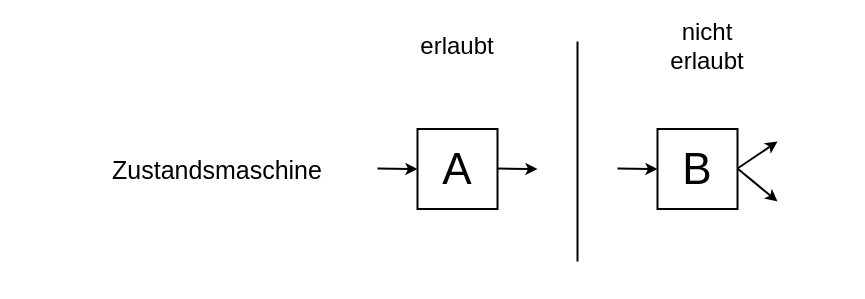
The draw.io diagram NetzklassenErlaubtNichtErlaubt.drawio in Marakil/BA_Bilder, before the edit. Source tidied: cells renumbered, new cells numbered last; positions are measured from the earlier drawing's top-left corner, leaving out a move shared by most shapes. Both pictures are drawn from the tidied source at 100%, with x=0, y=0 at pixel (117, 31).
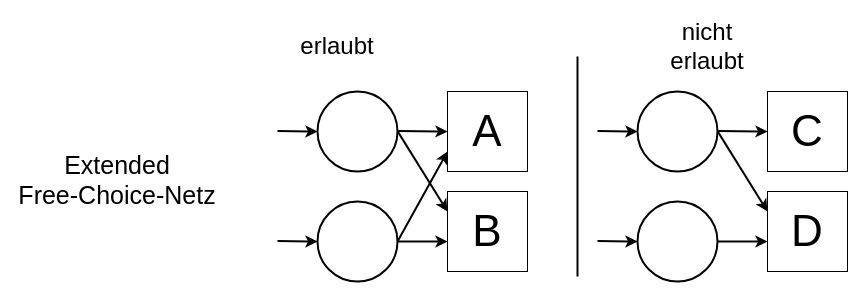
After the change.

What changed in the source:
```diff
@@
-    <mxCell id="2" value="Zustandsmaschine" style="text;html=1;strokeColor=none;fillColor=none;align=center;verticalAlign=middle;whiteSpace=wrap;rounded=0;fontSize=25;" parent="1" vertex="1">
-      <mxGeometry y="110" width="200" height="55" as="geometry" />
+    <mxCell id="2" value="Extended&lt;br&gt;&lt;div&gt;Free-Choice-Netz&lt;/div&gt;" style="text;html=1;strokeColor=none;fillColor=none;align=center;verticalAlign=middle;whiteSpace=wrap;rounded=0;fontSize=25;" parent="1" vertex="1">
+      <mxGeometry x="-100" y="120" width="200" height="55" as="geometry" />
     </mxCell>
     <mxCell id="3" style="endArrow=classic;html=1;rounded=0;curved=1;exitX=1;exitY=0.5;exitDx=0;exitDy=0;strokeWidth=2;" parent="1" edge="1">
       <mxGeometry relative="1" as="geometry">
-        <mxPoint x="500" y="137.1" as="sourcePoint" />
-        <mxPoint x="540" y="137.6" as="targetPoint" />
+        <mxPoint x="480" y="99.6" as="sourcePoint" />
+        <mxPoint x="520" y="100.1" as="targetPoint" />
       </mxGeometry>
     </mxCell>
     <mxCell id="4" style="endArrow=none;html=1;rounded=0;strokeWidth=2;" parent="1" edge="1">
       <mxGeometry relative="1" as="geometry">
-        <mxPoint x="460" y="230" as="sourcePoint" />
-        <mxPoint x="460" y="10" as="targetPoint" />
+        <mxPoint x="460" y="245" as="sourcePoint" />
+        <mxPoint x="460" y="25" as="targetPoint" />
       </mxGeometry>
     </mxCell>
@@
     <mxCell id="6" value="erlaubt" style="text;html=1;strokeColor=none;fillColor=none;align=center;verticalAlign=middle;whiteSpace=wrap;rounded=0;fontSize=24;strokeWidth=2;" parent="1" vertex="1">
-      <mxGeometry x="310" width="60" height="30" as="geometry" />
+      <mxGeometry x="190" width="60" height="30" as="geometry" />
     </mxCell>
+    <mxCell id="8" style="endArrow=classic;html=1;rounded=0;curved=1;exitX=1;exitY=0.5;exitDx=0;exitDy=0;strokeWidth=2;entryX=0;entryY=0.5;entryDx=0;entryDy=0;" parent="1" edge="1" target="14">
+      <mxGeometry relative="1" as="geometry">
+        <mxPoint x="600" y="99.5" as="sourcePoint" />
+      </mxGeometry>
+    </mxCell>
+    <mxCell id="10" style="endArrow=classic;html=1;rounded=0;curved=1;exitX=1;exitY=0.5;exitDx=0;exitDy=0;strokeWidth=2;entryX=0;entryY=0.25;entryDx=0;entryDy=0;" parent="1" edge="1" target="15">
+      <mxGeometry relative="1" as="geometry">
+        <mxPoint x="600" y="99.6" as="sourcePoint" />
+      </mxGeometry>
+    </mxCell>
+    <mxCell id="13" style="ellipse;whiteSpace=wrap;html=1;strokeWidth=2;" parent="1" vertex="1">
+      <mxGeometry x="520" y="60" width="80" height="80" as="geometry" />
+    </mxCell>
+    <mxCell id="14" value="C" style="rounded=0;whiteSpace=wrap;html=1;fontSize=44;fontStyle=0;" parent="1" vertex="1">
+      <mxGeometry x="650" y="60" width="80" height="80" as="geometry" />
+    </mxCell>
+    <mxCell id="15" value="D" style="rounded=0;whiteSpace=wrap;html=1;fontSize=44;" parent="1" vertex="1">
+      <mxGeometry x="650" y="160" width="80" height="80" as="geometry" />
+    </mxCell>
+    <mxCell id="16" style="ellipse;whiteSpace=wrap;html=1;strokeWidth=2;" parent="1" vertex="1">
+      <mxGeometry x="520" y="170" width="80" height="80" as="geometry" />
+    </mxCell>
+    <mxCell id="17" style="endArrow=classic;html=1;rounded=0;curved=1;exitX=1;exitY=0.5;exitDx=0;exitDy=0;strokeWidth=2;" parent="1" edge="1" source="16">
+      <mxGeometry relative="1" as="geometry">
+        <mxPoint x="650" y="210.1" as="targetPoint" />
+      </mxGeometry>
+    </mxCell>
+    <mxCell id="18" style="endArrow=classic;html=1;rounded=0;curved=1;exitX=1;exitY=0.5;exitDx=0;exitDy=0;strokeWidth=2;" parent="1" edge="1">
+      <mxGeometry relative="1" as="geometry">
+        <mxPoint x="480" y="209.6" as="sourcePoint" />
+        <mxPoint x="520" y="210.1" as="targetPoint" />
+      </mxGeometry>
+    </mxCell>
+    <mxCell id="19" style="endArrow=classic;html=1;rounded=0;curved=1;exitX=1;exitY=0.5;exitDx=0;exitDy=0;strokeWidth=2;" parent="1" edge="1">
+      <mxGeometry relative="1" as="geometry">
+        <mxPoint x="160" y="99.6" as="sourcePoint" />
+        <mxPoint x="200" y="100.1" as="targetPoint" />
+      </mxGeometry>
+    </mxCell>
+    <mxCell id="20" style="endArrow=classic;html=1;rounded=0;curved=1;exitX=1;exitY=0.5;exitDx=0;exitDy=0;strokeWidth=2;entryX=0;entryY=0.5;entryDx=0;entryDy=0;" parent="1" edge="1" target="7">
+      <mxGeometry relative="1" as="geometry">
+        <mxPoint x="280" y="99.5" as="sourcePoint" />
+      </mxGeometry>
+    </mxCell>
+    <mxCell id="21" style="endArrow=classic;html=1;rounded=0;curved=1;exitX=1;exitY=0.5;exitDx=0;exitDy=0;strokeWidth=2;entryX=0;entryY=0.25;entryDx=0;entryDy=0;" parent="1" edge="1" target="9">
+      <mxGeometry relative="1" as="geometry">
+        <mxPoint x="280" y="99.6" as="sourcePoint" />
+      </mxGeometry>
+    </mxCell>
+    <mxCell id="22" style="ellipse;whiteSpace=wrap;html=1;strokeWidth=2;" parent="1" vertex="1">
+      <mxGeometry x="200" y="60" width="80" height="80" as="geometry" />
+    </mxCell>
-    <mxCell id="7" value="A" style="rounded=0;whiteSpace=wrap;html=1;fontSize=44;strokeWidth=2;" parent="1" vertex="1">
-      <mxGeometry x="300" y="97.5" width="80" height="80" as="geometry" />
+    <mxCell id="7" value="A" style="rounded=0;whiteSpace=wrap;html=1;fontSize=44;fontStyle=0;" parent="1" vertex="1">
+      <mxGeometry x="330" y="60" width="80" height="80" as="geometry" />
     </mxCell>
-    <mxCell id="8" style="endArrow=classic;html=1;rounded=0;curved=1;exitX=1;exitY=0.5;exitDx=0;exitDy=0;strokeWidth=2;" parent="1" edge="1">
-      <mxGeometry relative="1" as="geometry">
-        <mxPoint x="620" y="137" as="sourcePoint" />
-        <mxPoint x="660" y="110" as="targetPoint" />
-      </mxGeometry>
-    </mxCell>
-    <mxCell id="9" value="B" style="rounded=0;whiteSpace=wrap;html=1;fontSize=44;strokeWidth=2;" parent="1" vertex="1">
-      <mxGeometry x="540" y="97.5" width="80" height="80" as="geometry" />
+    <mxCell id="9" value="B" style="rounded=0;whiteSpace=wrap;html=1;fontSize=44;" parent="1" vertex="1">
+      <mxGeometry x="330" y="160" width="80" height="80" as="geometry" />
     </mxCell>
-    <mxCell id="10" style="endArrow=classic;html=1;rounded=0;curved=1;exitX=1;exitY=0.5;exitDx=0;exitDy=0;strokeWidth=2;" parent="1" edge="1">
-      <mxGeometry relative="1" as="geometry">
-        <mxPoint x="620" y="137.1" as="sourcePoint" />
-        <mxPoint x="660" y="170" as="targetPoint" />
-      </mxGeometry>
-    </mxCell>
-    <mxCell id="11" style="endArrow=classic;html=1;rounded=0;curved=1;exitX=1;exitY=0.5;exitDx=0;exitDy=0;strokeWidth=2;" parent="1" edge="1">
-      <mxGeometry relative="1" as="geometry">
-        <mxPoint x="380" y="137.1" as="sourcePoint" />
-        <mxPoint x="420" y="137.6" as="targetPoint" />
-      </mxGeometry>
-    </mxCell>
-    <mxCell id="12" style="endArrow=classic;html=1;rounded=0;curved=1;exitX=1;exitY=0.5;exitDx=0;exitDy=0;strokeWidth=2;" parent="1" edge="1">
-      <mxGeometry relative="1" as="geometry">
-        <mxPoint x="260" y="137.1" as="sourcePoint" />
-        <mxPoint x="300" y="137.6" as="targetPoint" />
-      </mxGeometry>
-    </mxCell>
+    <mxCell id="23" style="ellipse;whiteSpace=wrap;html=1;strokeWidth=2;" parent="1" vertex="1">
+      <mxGeometry x="200" y="170" width="80" height="80" as="geometry" />
+    </mxCell>
+    <mxCell id="24" style="endArrow=classic;html=1;rounded=0;curved=1;exitX=1;exitY=0.5;exitDx=0;exitDy=0;strokeWidth=2;" parent="1" edge="1" source="23">
+      <mxGeometry relative="1" as="geometry">
+        <mxPoint x="330" y="210.1" as="targetPoint" />
+      </mxGeometry>
+    </mxCell>
+    <mxCell id="25" style="endArrow=classic;html=1;rounded=0;curved=1;exitX=1;exitY=0.5;exitDx=0;exitDy=0;strokeWidth=2;" parent="1" edge="1">
+      <mxGeometry relative="1" as="geometry">
+        <mxPoint x="160" y="209.6" as="sourcePoint" />
+        <mxPoint x="200" y="210.1" as="targetPoint" />
+      </mxGeometry>
+    </mxCell>
+    <mxCell id="26" style="endArrow=classic;html=1;rounded=0;curved=1;exitX=1;exitY=0.5;exitDx=0;exitDy=0;strokeWidth=2;entryX=0;entryY=0.75;entryDx=0;entryDy=0;" parent="1" edge="1" source="23" target="7">
+      <mxGeometry relative="1" as="geometry" />
+    </mxCell>
```
